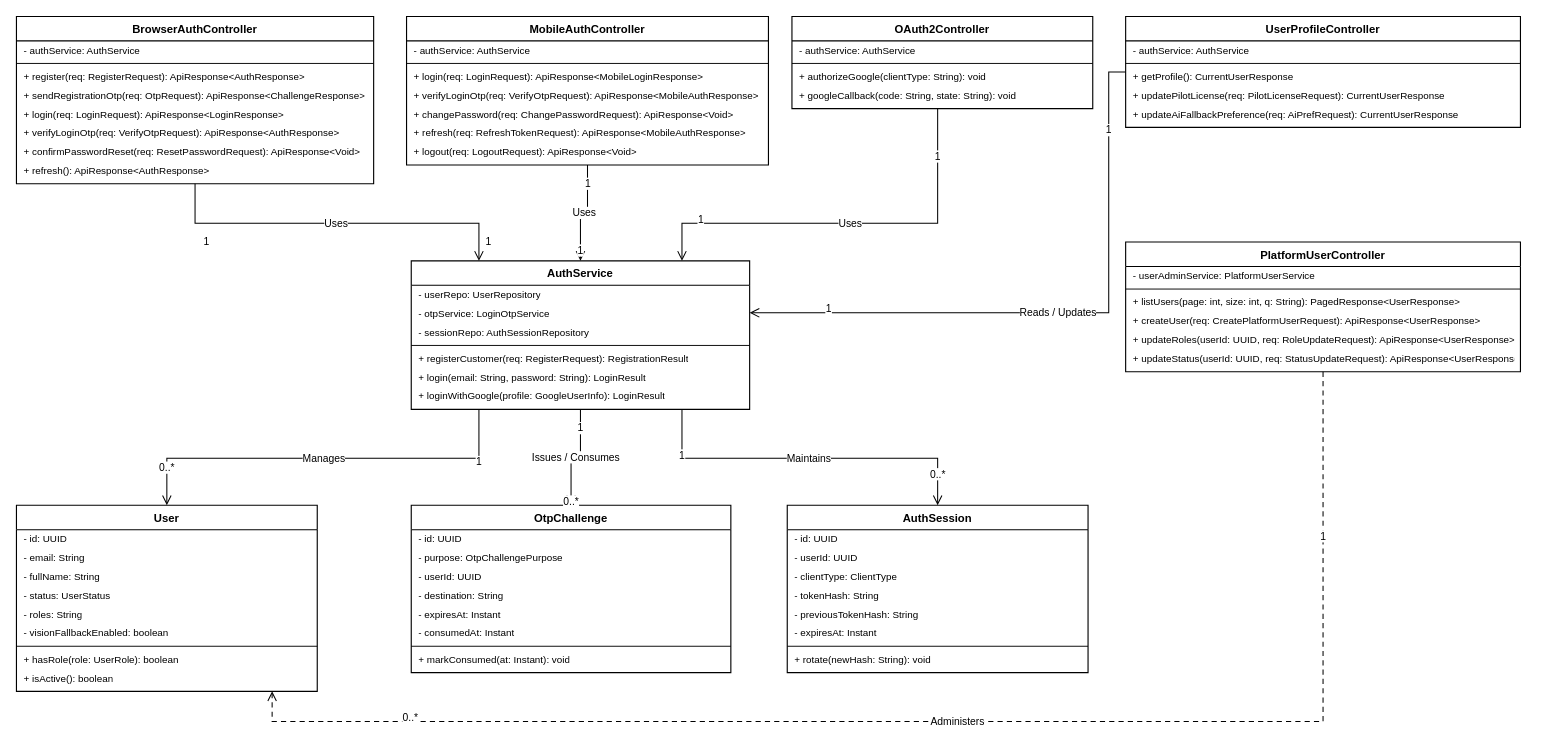
This is page "FE-01 - Auth, OTP & Access Control" (1 of 19) of diagrams/smartdrone-class-diagrams.drawio from tungbach12/SmartDroneInspection-Docs, a draw.io file, before an edit. Source tidied: cells renumbered, new cells numbered last; positions are measured from the earlier drawing's top-left corner, leaving out a move shared by most shapes. Both pictures are drawn from the tidied source at 94%, with x=0, y=0 at pixel (16, 16).
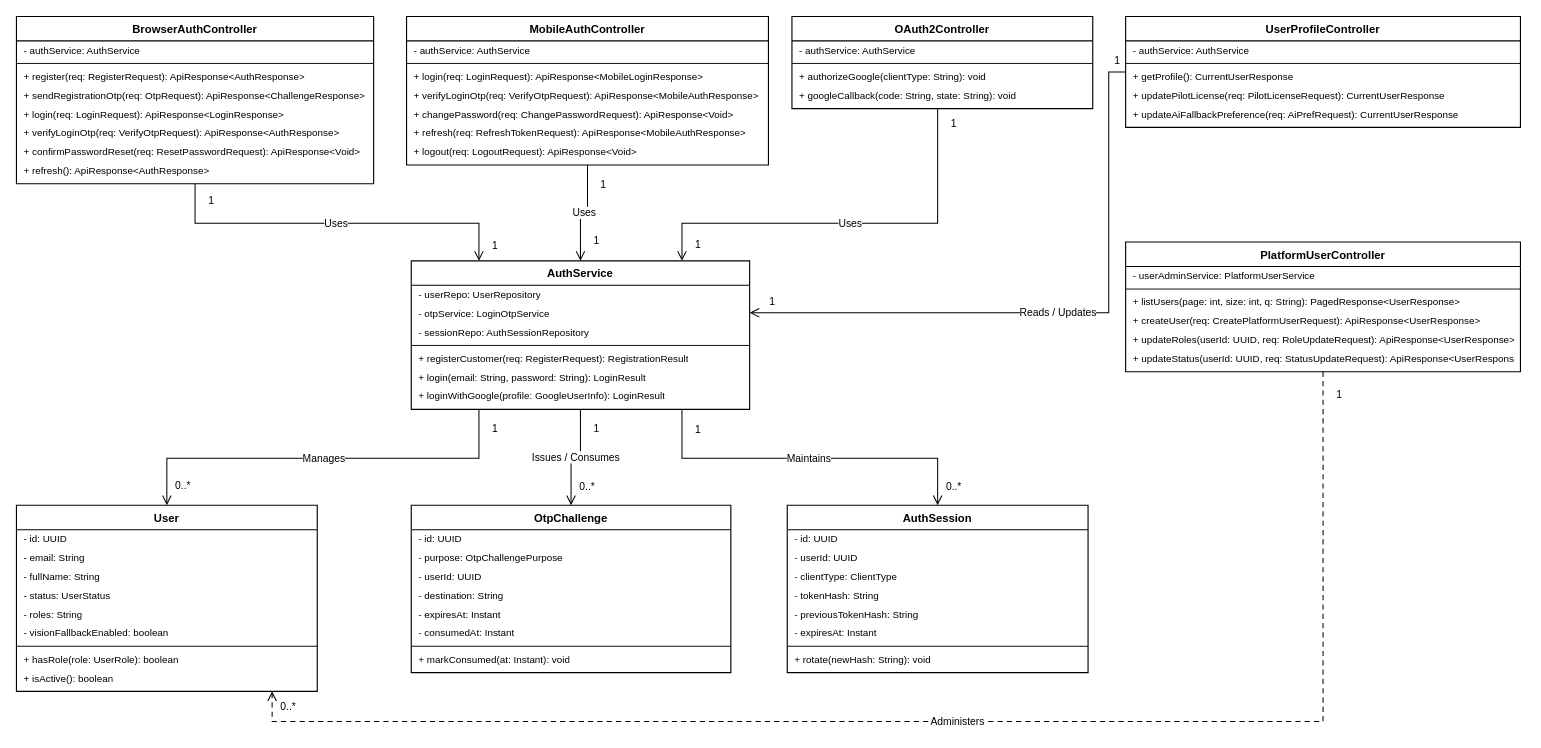
The same diagram, later.

The change refers to these unchanged cells:
```xml
<mxCell id="73" value="Uses" style="edgeStyle=orthogonalEdgeStyle;rounded=0;jettySize=auto;html=1;strokeColor=#000000;strokeWidth=1.1;endArrow=open;endFill=0;endSize=8;fontColor=#000000;fontFamily=Helvetica;fontSize=11;labelBackgroundColor=#ffffff;exitX=0.5;exitY=1;exitDx=0;exitDy=0;entryX=0.2;entryY=0;entryDx=0;entryDy=0;" parent="1" edge="1" source="2" target="37">
  <mxGeometry relative="1" as="geometry">
    <Array as="points">
      <mxPoint x="190" y="220" />
      <mxPoint x="492" y="220" />
    </Array>
  </mxGeometry>
</mxCell>
<mxCell id="76" value="Uses" style="edgeStyle=orthogonalEdgeStyle;rounded=0;jettySize=auto;html=1;strokeColor=#000000;strokeWidth=1.1;endArrow=open;endFill=0;endSize=8;fontColor=#000000;fontFamily=Helvetica;fontSize=11;labelBackgroundColor=#ffffff;exitX=0.5;exitY=1;exitDx=0;exitDy=0;entryX=0.5;entryY=0;entryDx=0;entryDy=0;" parent="1" edge="1" source="11" target="37">
  <mxGeometry relative="1" as="geometry" />
</mxCell>
<mxCell id="79" value="Uses" style="edgeStyle=orthogonalEdgeStyle;rounded=0;jettySize=auto;html=1;strokeColor=#000000;strokeWidth=1.1;endArrow=open;endFill=0;endSize=8;fontColor=#000000;fontFamily=Helvetica;fontSize=11;labelBackgroundColor=#ffffff;exitX=0.5;exitY=1;exitDx=0;exitDy=0;entryX=0.8;entryY=0;entryDx=0;entryDy=0;" parent="1" edge="1" source="19" target="37">
  <mxGeometry relative="1" as="geometry">
    <Array as="points">
      <mxPoint x="980" y="220" />
      <mxPoint x="708" y="220" />
    </Array>
  </mxGeometry>
</mxCell>
<mxCell id="82" value="Reads / Updates" style="edgeStyle=orthogonalEdgeStyle;rounded=0;jettySize=auto;html=1;strokeColor=#000000;strokeWidth=1.1;endArrow=open;endFill=0;endSize=8;fontColor=#000000;fontFamily=Helvetica;fontSize=11;labelBackgroundColor=#ffffff;exitX=0;exitY=0.5;exitDx=0;exitDy=0;entryX=1;entryY=0.35;entryDx=0;entryDy=0;" parent="1" edge="1" source="24" target="37">
  <mxGeometry relative="1" as="geometry">
    <Array as="points">
      <mxPoint x="1162" y="59" />
      <mxPoint x="1162" y="315" />
    </Array>
  </mxGeometry>
</mxCell>
<mxCell id="85" value="Manages" style="edgeStyle=orthogonalEdgeStyle;rounded=0;jettySize=auto;html=1;strokeColor=#000000;strokeWidth=1.1;endArrow=open;endFill=0;endSize=8;fontColor=#000000;fontFamily=Helvetica;fontSize=11;labelBackgroundColor=#ffffff;exitX=0.2;exitY=1;exitDx=0;exitDy=0;entryX=0.5;entryY=0;entryDx=0;entryDy=0;" parent="1" edge="1" source="37" target="45">
  <mxGeometry relative="1" as="geometry">
    <Array as="points">
      <mxPoint x="492" y="470" />
      <mxPoint x="160" y="470" />
    </Array>
  </mxGeometry>
</mxCell>
<mxCell id="88" value="Issues / Consumes" style="edgeStyle=orthogonalEdgeStyle;rounded=0;jettySize=auto;html=1;strokeColor=#000000;strokeWidth=1.1;endArrow=open;endFill=0;endSize=8;fontColor=#000000;fontFamily=Helvetica;fontSize=11;labelBackgroundColor=#ffffff;exitX=0.5;exitY=1;exitDx=0;exitDy=0;entryX=0.5;entryY=0;entryDx=0;entryDy=0;" parent="1" edge="1" source="37" target="55">
  <mxGeometry relative="1" as="geometry" />
</mxCell>
<mxCell id="91" value="Maintains" style="edgeStyle=orthogonalEdgeStyle;rounded=0;jettySize=auto;html=1;strokeColor=#000000;strokeWidth=1.1;endArrow=open;endFill=0;endSize=8;fontColor=#000000;fontFamily=Helvetica;fontSize=11;labelBackgroundColor=#ffffff;exitX=0.8;exitY=1;exitDx=0;exitDy=0;entryX=0.5;entryY=0;entryDx=0;entryDy=0;" parent="1" edge="1" source="37" target="64">
  <mxGeometry relative="1" as="geometry">
    <Array as="points">
      <mxPoint x="708" y="470" />
      <mxPoint x="980" y="470" />
    </Array>
  </mxGeometry>
</mxCell>
<mxCell id="94" value="Administers" style="edgeStyle=orthogonalEdgeStyle;rounded=0;jettySize=auto;html=1;strokeColor=#000000;strokeWidth=1.1;dashed=1;dashPattern=5 4;endArrow=open;endFill=0;endSize=8;fontColor=#000000;fontFamily=Helvetica;fontSize=11;labelBackgroundColor=#ffffff;exitX=0.5;exitY=1;exitDx=0;exitDy=0;entryX=0.85;entryY=1;entryDx=0;entryDy=0;" parent="1" edge="1" source="30" target="45">
  <mxGeometry relative="1" as="geometry">
    <Array as="points">
      <mxPoint x="1390" y="750" />
      <mxPoint x="272" y="750" />
    </Array>
  </mxGeometry>
</mxCell>
```

The edit, as a diff of the source:
```diff
@@
-    <mxCell id="74" value="1" style="edgeLabel;html=1;align=center;verticalAlign=middle;fontSize=11;fontColor=#000000;fontFamily=Helvetica;labelBackgroundColor=#ffffff;" parent="73" vertex="1">
-      <mxGeometry x="-0.78" y="-12" width="24" height="16" relative="1" as="geometry" />
+    <mxCell id="74" value="1" style="edgeLabel;html=1;align=center;verticalAlign=middle;fontSize=11;fontColor=#000000;fontFamily=Helvetica;labelBackgroundColor=none;" parent="73" vertex="1">
+      <mxGeometry x="-0.91" relative="1" as="geometry">
+        <mxPoint x="16" as="offset" />
+      </mxGeometry>
     </mxCell>
-    <mxCell id="75" value="1" style="edgeLabel;html=1;align=center;verticalAlign=middle;fontSize=11;fontColor=#000000;fontFamily=Helvetica;labelBackgroundColor=#ffffff;" parent="73" vertex="1">
-      <mxGeometry x="0.78" y="-12" width="24" height="16" relative="1" as="geometry" />
+    <mxCell id="75" value="1" style="edgeLabel;html=1;align=center;verticalAlign=middle;fontSize=11;fontColor=#000000;fontFamily=Helvetica;labelBackgroundColor=none;" parent="73" vertex="1">
+      <mxGeometry x="0.91" relative="1" as="geometry">
+        <mxPoint x="16" as="offset" />
+      </mxGeometry>
     </mxCell>
@@
-    <mxCell id="77" value="1" style="edgeLabel;html=1;align=center;verticalAlign=middle;fontSize=11;fontColor=#000000;fontFamily=Helvetica;labelBackgroundColor=#ffffff;" parent="76" vertex="1">
-      <mxGeometry x="-0.78" y="-12" width="24" height="16" relative="1" as="geometry" />
+    <mxCell id="77" value="1" style="edgeLabel;html=1;align=center;verticalAlign=middle;fontSize=11;fontColor=#000000;fontFamily=Helvetica;labelBackgroundColor=none;" parent="76" vertex="1">
+      <mxGeometry x="-0.64" relative="1" as="geometry">
+        <mxPoint x="16" as="offset" />
+      </mxGeometry>
     </mxCell>
-    <mxCell id="78" value="1" style="edgeLabel;html=1;align=center;verticalAlign=middle;fontSize=11;fontColor=#000000;fontFamily=Helvetica;labelBackgroundColor=#ffffff;" parent="76" vertex="1">
-      <mxGeometry x="0.65" y="-12" width="24" height="16" relative="1" as="geometry" />
+    <mxCell id="78" value="1" style="edgeLabel;html=1;align=center;verticalAlign=middle;fontSize=11;fontColor=#000000;fontFamily=Helvetica;labelBackgroundColor=none;" parent="76" vertex="1">
+      <mxGeometry x="0.61" relative="1" as="geometry">
+        <mxPoint x="16" as="offset" />
+      </mxGeometry>
     </mxCell>
@@
-    <mxCell id="80" value="1" style="edgeLabel;html=1;align=center;verticalAlign=middle;fontSize=11;fontColor=#000000;fontFamily=Helvetica;labelBackgroundColor=#ffffff;" parent="79" vertex="1">
-      <mxGeometry x="-0.78" y="-12" width="24" height="16" relative="1" as="geometry" />
+    <mxCell id="80" value="1" style="edgeLabel;html=1;align=center;verticalAlign=middle;fontSize=11;fontColor=#000000;fontFamily=Helvetica;labelBackgroundColor=none;" parent="79" vertex="1">
+      <mxGeometry x="-0.91" relative="1" as="geometry">
+        <mxPoint x="16" as="offset" />
+      </mxGeometry>
     </mxCell>
-    <mxCell id="81" value="1" style="edgeLabel;html=1;align=center;verticalAlign=middle;fontSize=11;fontColor=#000000;fontFamily=Helvetica;labelBackgroundColor=#ffffff;" parent="79" vertex="1">
-      <mxGeometry x="0.78" y="-12" width="24" height="16" relative="1" as="geometry" />
+    <mxCell id="81" value="1" style="edgeLabel;html=1;align=center;verticalAlign=middle;fontSize=11;fontColor=#000000;fontFamily=Helvetica;labelBackgroundColor=none;" parent="79" vertex="1">
+      <mxGeometry x="0.92" relative="1" as="geometry">
+        <mxPoint x="16" as="offset" />
+      </mxGeometry>
     </mxCell>
@@
-    <mxCell id="83" value="1" style="edgeLabel;html=1;align=center;verticalAlign=middle;fontSize=11;fontColor=#000000;fontFamily=Helvetica;labelBackgroundColor=#ffffff;" parent="82" vertex="1">
-      <mxGeometry x="-0.78" y="-12" width="24" height="16" relative="1" as="geometry" />
+    <mxCell id="83" value="1" style="edgeLabel;html=1;align=center;verticalAlign=middle;fontSize=11;fontColor=#000000;fontFamily=Helvetica;labelBackgroundColor=none;" parent="82" vertex="1">
+      <mxGeometry x="-0.97" relative="1" as="geometry">
+        <mxPoint y="-13" as="offset" />
+      </mxGeometry>
     </mxCell>
-    <mxCell id="84" value="1" style="edgeLabel;html=1;align=center;verticalAlign=middle;fontSize=11;fontColor=#000000;fontFamily=Helvetica;labelBackgroundColor=#ffffff;" parent="82" vertex="1">
-      <mxGeometry x="0.78" y="-12" width="24" height="16" relative="1" as="geometry" />
+    <mxCell id="84" value="1" style="edgeLabel;html=1;align=center;verticalAlign=middle;fontSize=11;fontColor=#000000;fontFamily=Helvetica;labelBackgroundColor=none;" parent="82" vertex="1">
+      <mxGeometry x="0.93" relative="1" as="geometry">
+        <mxPoint y="-13" as="offset" />
+      </mxGeometry>
     </mxCell>
@@
-    <mxCell id="86" value="1" style="edgeLabel;html=1;align=center;verticalAlign=middle;fontSize=11;fontColor=#000000;fontFamily=Helvetica;labelBackgroundColor=#ffffff;" parent="85" vertex="1">
-      <mxGeometry x="-0.78" y="-12" width="24" height="16" relative="1" as="geometry" />
+    <mxCell id="86" value="1" style="edgeLabel;html=1;align=center;verticalAlign=middle;fontSize=11;fontColor=#000000;fontFamily=Helvetica;labelBackgroundColor=none;" parent="85" vertex="1">
+      <mxGeometry x="-0.91" relative="1" as="geometry">
+        <mxPoint x="16" as="offset" />
+      </mxGeometry>
     </mxCell>
-    <mxCell id="87" value="0..*" style="edgeLabel;html=1;align=center;verticalAlign=middle;fontSize=11;fontColor=#000000;fontFamily=Helvetica;labelBackgroundColor=#ffffff;" parent="85" vertex="1">
-      <mxGeometry x="0.78" y="-12" width="24" height="16" relative="1" as="geometry" />
+    <mxCell id="87" value="0..*" style="edgeLabel;html=1;align=center;verticalAlign=middle;fontSize=11;fontColor=#000000;fontFamily=Helvetica;labelBackgroundColor=none;" parent="85" vertex="1">
+      <mxGeometry x="0.9" relative="1" as="geometry">
+        <mxPoint x="16" as="offset" />
+      </mxGeometry>
     </mxCell>
@@
-    <mxCell id="89" value="1" style="edgeLabel;html=1;align=center;verticalAlign=middle;fontSize=11;fontColor=#000000;fontFamily=Helvetica;labelBackgroundColor=#ffffff;" parent="88" vertex="1">
-      <mxGeometry x="-0.78" y="-12" width="24" height="16" relative="1" as="geometry" />
+    <mxCell id="89" value="1" style="edgeLabel;html=1;align=center;verticalAlign=middle;fontSize=11;fontColor=#000000;fontFamily=Helvetica;labelBackgroundColor=none;" parent="88" vertex="1">
+      <mxGeometry x="-0.64" relative="1" as="geometry">
+        <mxPoint x="16" as="offset" />
+      </mxGeometry>
     </mxCell>
-    <mxCell id="90" value="0..*" style="edgeLabel;html=1;align=center;verticalAlign=middle;fontSize=11;fontColor=#000000;fontFamily=Helvetica;labelBackgroundColor=#ffffff;" parent="88" vertex="1">
-      <mxGeometry x="0.78" y="-12" width="24" height="16" relative="1" as="geometry" />
+    <mxCell id="90" value="0..*" style="edgeLabel;html=1;align=center;verticalAlign=middle;fontSize=11;fontColor=#000000;fontFamily=Helvetica;labelBackgroundColor=none;" parent="88" vertex="1">
+      <mxGeometry x="0.62" relative="1" as="geometry">
+        <mxPoint x="16" as="offset" />
+      </mxGeometry>
     </mxCell>
@@
-    <mxCell id="92" value="1" style="edgeLabel;html=1;align=center;verticalAlign=middle;fontSize=11;fontColor=#000000;fontFamily=Helvetica;labelBackgroundColor=#ffffff;" parent="91" vertex="1">
-      <mxGeometry x="-0.78" y="-12" width="24" height="16" relative="1" as="geometry" />
+    <mxCell id="92" value="1" style="edgeLabel;html=1;align=center;verticalAlign=middle;fontSize=11;fontColor=#000000;fontFamily=Helvetica;labelBackgroundColor=none;" parent="91" vertex="1">
+      <mxGeometry x="-0.89" relative="1" as="geometry">
+        <mxPoint x="16" as="offset" />
+      </mxGeometry>
     </mxCell>
-    <mxCell id="93" value="0..*" style="edgeLabel;html=1;align=center;verticalAlign=middle;fontSize=11;fontColor=#000000;fontFamily=Helvetica;labelBackgroundColor=#ffffff;" parent="91" vertex="1">
-      <mxGeometry x="0.78" y="-12" width="24" height="16" relative="1" as="geometry" />
+    <mxCell id="93" value="0..*" style="edgeLabel;html=1;align=center;verticalAlign=middle;fontSize=11;fontColor=#000000;fontFamily=Helvetica;labelBackgroundColor=none;" parent="91" vertex="1">
+      <mxGeometry x="0.89" relative="1" as="geometry">
+        <mxPoint x="16" as="offset" />
+      </mxGeometry>
     </mxCell>
@@
-    <mxCell id="95" value="1" style="edgeLabel;html=1;align=center;verticalAlign=middle;fontSize=11;fontColor=#000000;fontFamily=Helvetica;labelBackgroundColor=#ffffff;" parent="94" vertex="1">
-      <mxGeometry x="-0.78" y="-12" width="24" height="16" relative="1" as="geometry" />
+    <mxCell id="95" value="1" style="edgeLabel;html=1;align=center;verticalAlign=middle;fontSize=11;fontColor=#000000;fontFamily=Helvetica;labelBackgroundColor=none;" parent="94" vertex="1">
+      <mxGeometry x="-0.97" relative="1" as="geometry">
+        <mxPoint x="16" as="offset" />
+      </mxGeometry>
     </mxCell>
-    <mxCell id="96" value="0..*" style="edgeLabel;html=1;align=center;verticalAlign=middle;fontSize=11;fontColor=#000000;fontFamily=Helvetica;labelBackgroundColor=#ffffff;" parent="94" vertex="1">
-      <mxGeometry x="0.78" y="-12" width="24" height="16" relative="1" as="geometry" />
+    <mxCell id="96" value="0..*" style="edgeLabel;html=1;align=center;verticalAlign=middle;fontSize=11;fontColor=#000000;fontFamily=Helvetica;labelBackgroundColor=none;" parent="94" vertex="1">
+      <mxGeometry x="0.98" relative="1" as="geometry">
+        <mxPoint x="16" as="offset" />
+      </mxGeometry>
     </mxCell>
```
